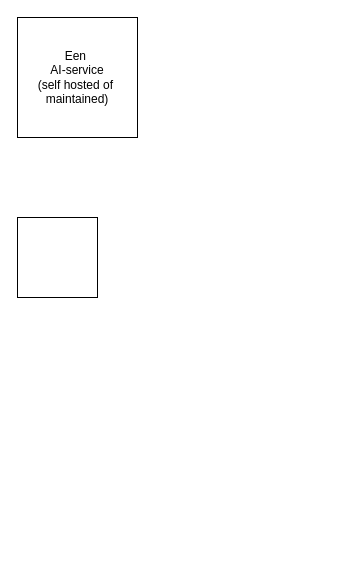
This is page "Pull request bot" (2 of 5) of cli app.drawio from luukvankooten/draw.io, a draw.io file, before an edit. Source tidied: cells renumbered, new cells numbered last; positions are measured from the earlier drawing's top-left corner, leaving out a move shared by most shapes. Both pictures are drawn from the tidied source at 100%, with x=0, y=0 at pixel (17, 17).
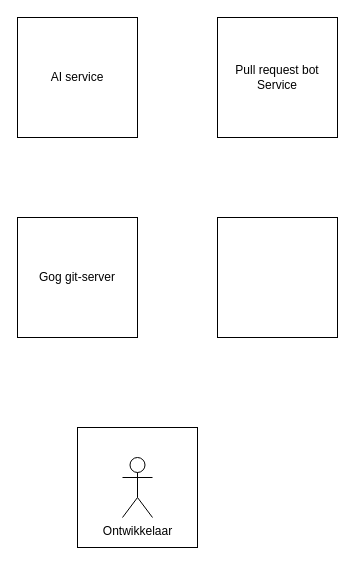
After the change.

The edit, as a diff of the source:
```diff
@@
 <mxGraphModel>
   <root>
     <mxCell id="0" />
     <mxCell id="1" parent="0" />
-    <mxCell id="2" style="whiteSpace=wrap;html=1;" parent="1" vertex="1">
-      <mxGeometry y="200" width="80" height="80" as="geometry" />
+    <mxCell id="2" value="&lt;div&gt;Gog git-server&lt;/div&gt;" style="whiteSpace=wrap;html=1;" parent="1" vertex="1">
+      <mxGeometry y="200" width="120" height="120" as="geometry" />
     </mxCell>
-    <mxCell id="3" value="&lt;div&gt;Een&amp;nbsp;&lt;/div&gt;&lt;div&gt;AI-service&lt;/div&gt;&lt;div&gt;(self hosted of&amp;nbsp;&lt;/div&gt;&lt;div&gt;maintained)&lt;br&gt;&lt;/div&gt;" style="whiteSpace=wrap;html=1;" parent="1" vertex="1">
+    <mxCell id="3" value="AI service" style="whiteSpace=wrap;html=1;" parent="1" vertex="1">
       <mxGeometry width="120" height="120" as="geometry" />
     </mxCell>
+    <mxCell id="4" value="Pull request bot Service" style="whiteSpace=wrap;html=1;" parent="1" vertex="1">
+      <mxGeometry x="200" width="120" height="120" as="geometry" />
+    </mxCell>
+    <mxCell id="5" style="group;" parent="1" vertex="1">
+      <mxGeometry x="60" y="410" width="120" height="120" as="geometry" />
+    </mxCell>
+    <mxCell id="6" style="whiteSpace=wrap;html=1;" parent="5" vertex="1">
+      <mxGeometry width="120" height="120" as="geometry" />
+    </mxCell>
+    <mxCell id="7" value="Ontwikkelaar" style="shape=umlActor;verticalLabelPosition=bottom;verticalAlign=top;html=1;" parent="5" vertex="1">
+      <mxGeometry x="45" y="30" width="30" height="60" as="geometry" />
+    </mxCell>
+    <mxCell id="8" style="whiteSpace=wrap;html=1;" parent="1" vertex="1">
+      <mxGeometry x="200" y="200" width="120" height="120" as="geometry" />
+    </mxCell>
   </root>
 </mxGraphModel>
```
